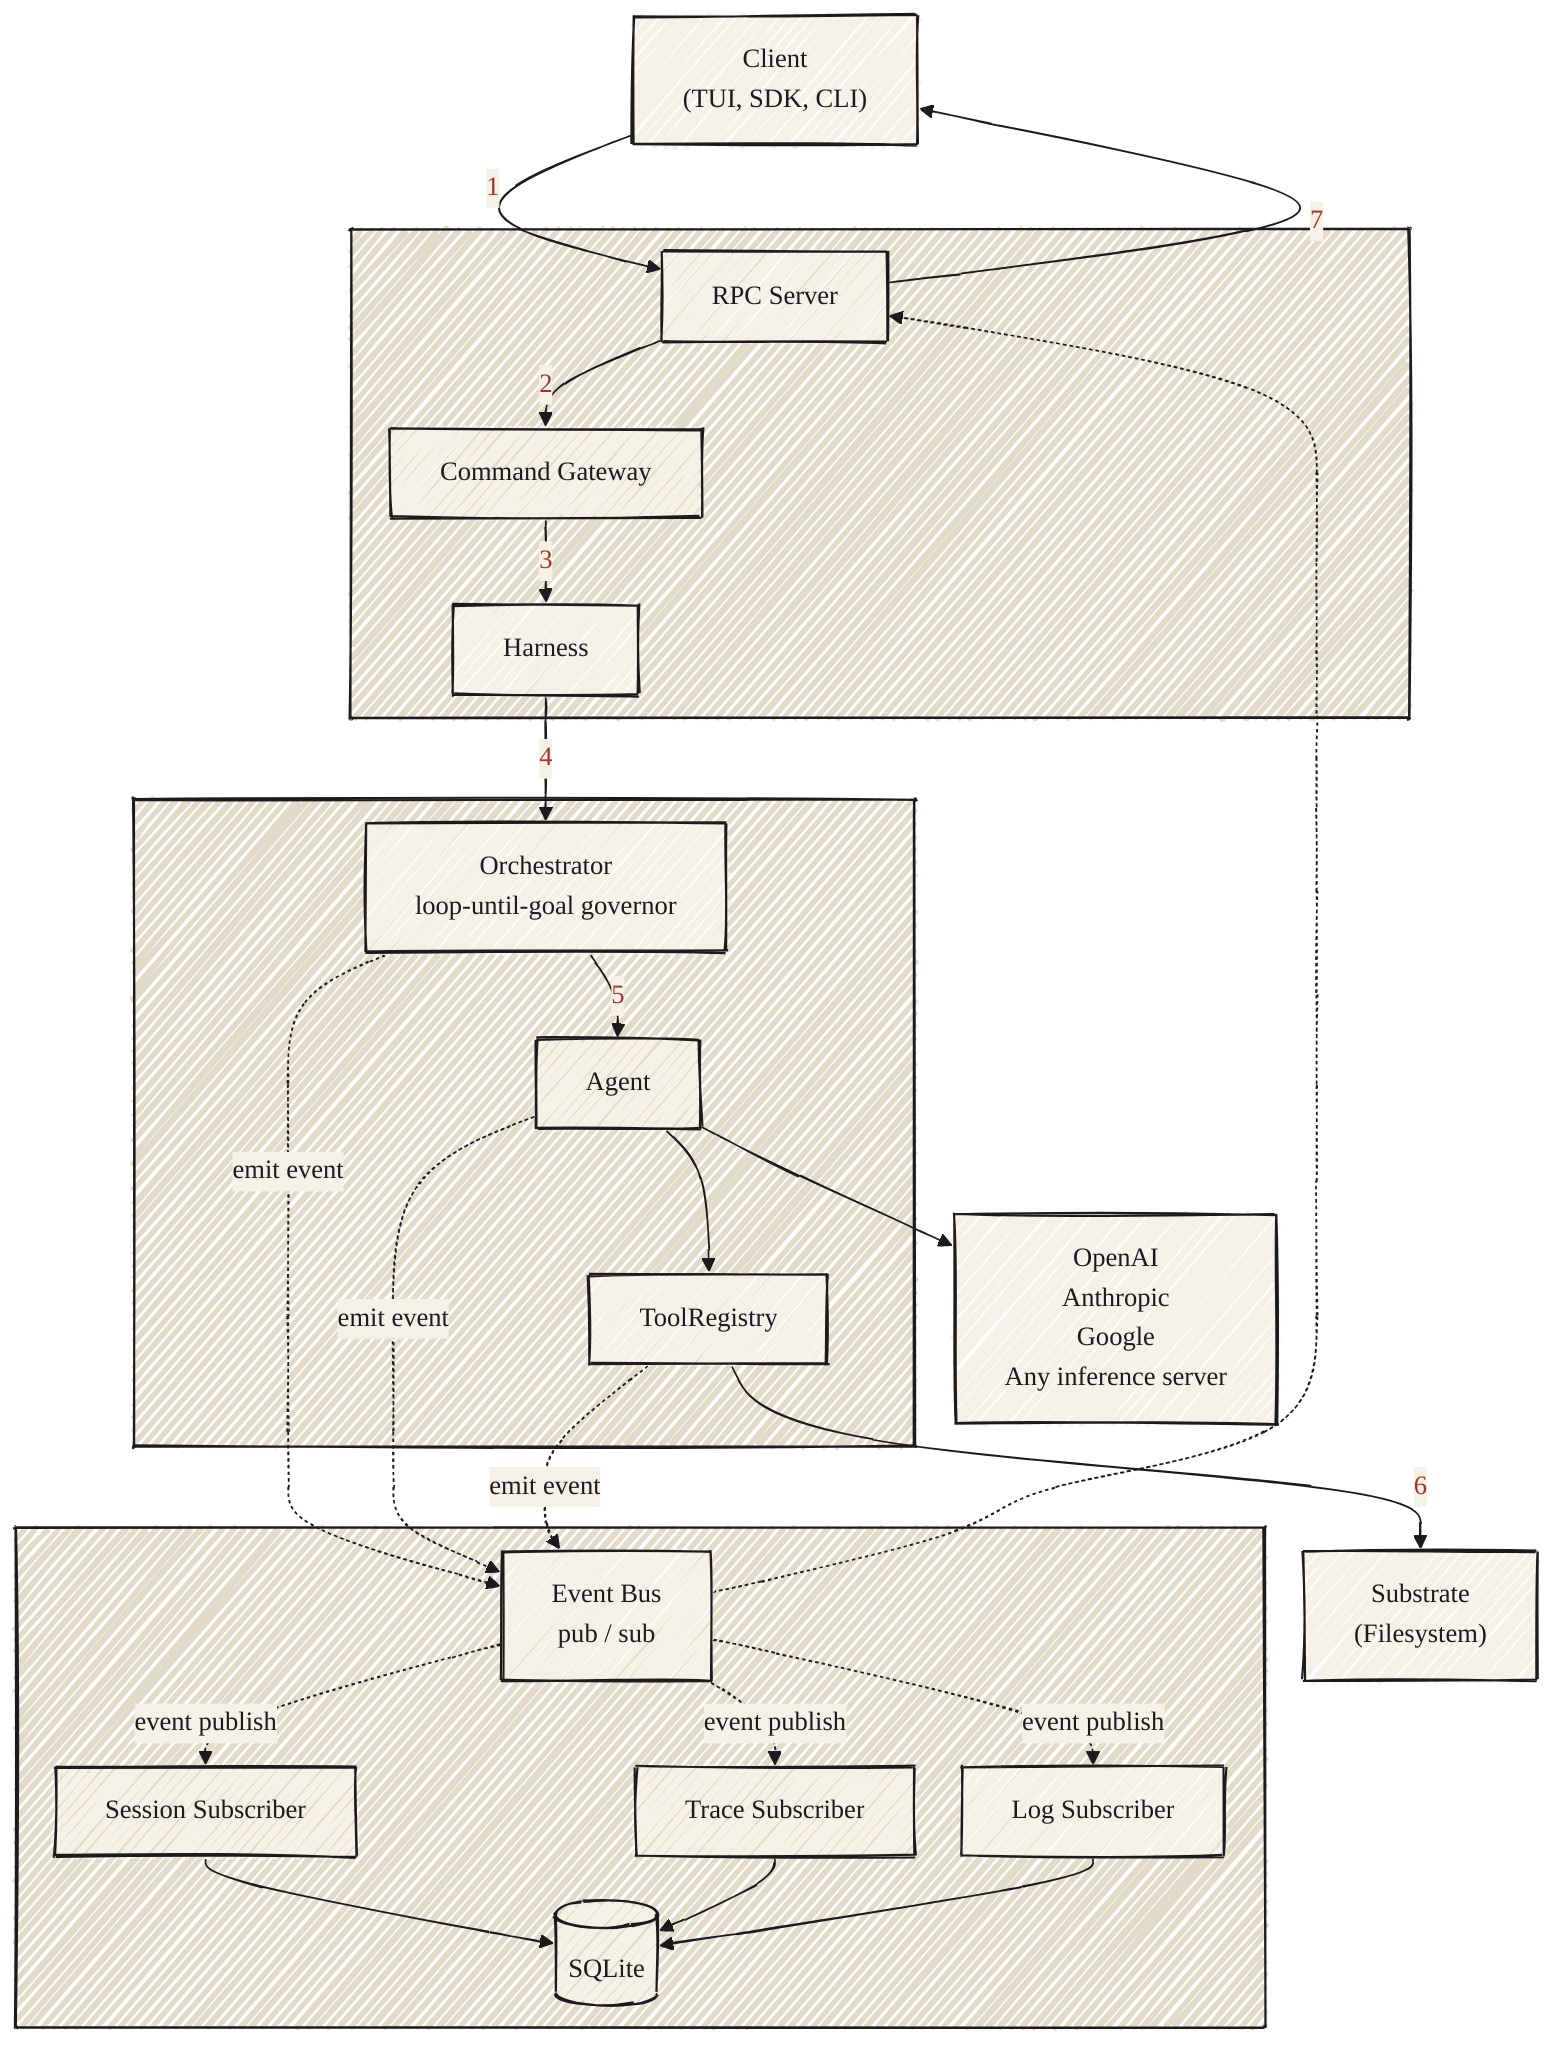
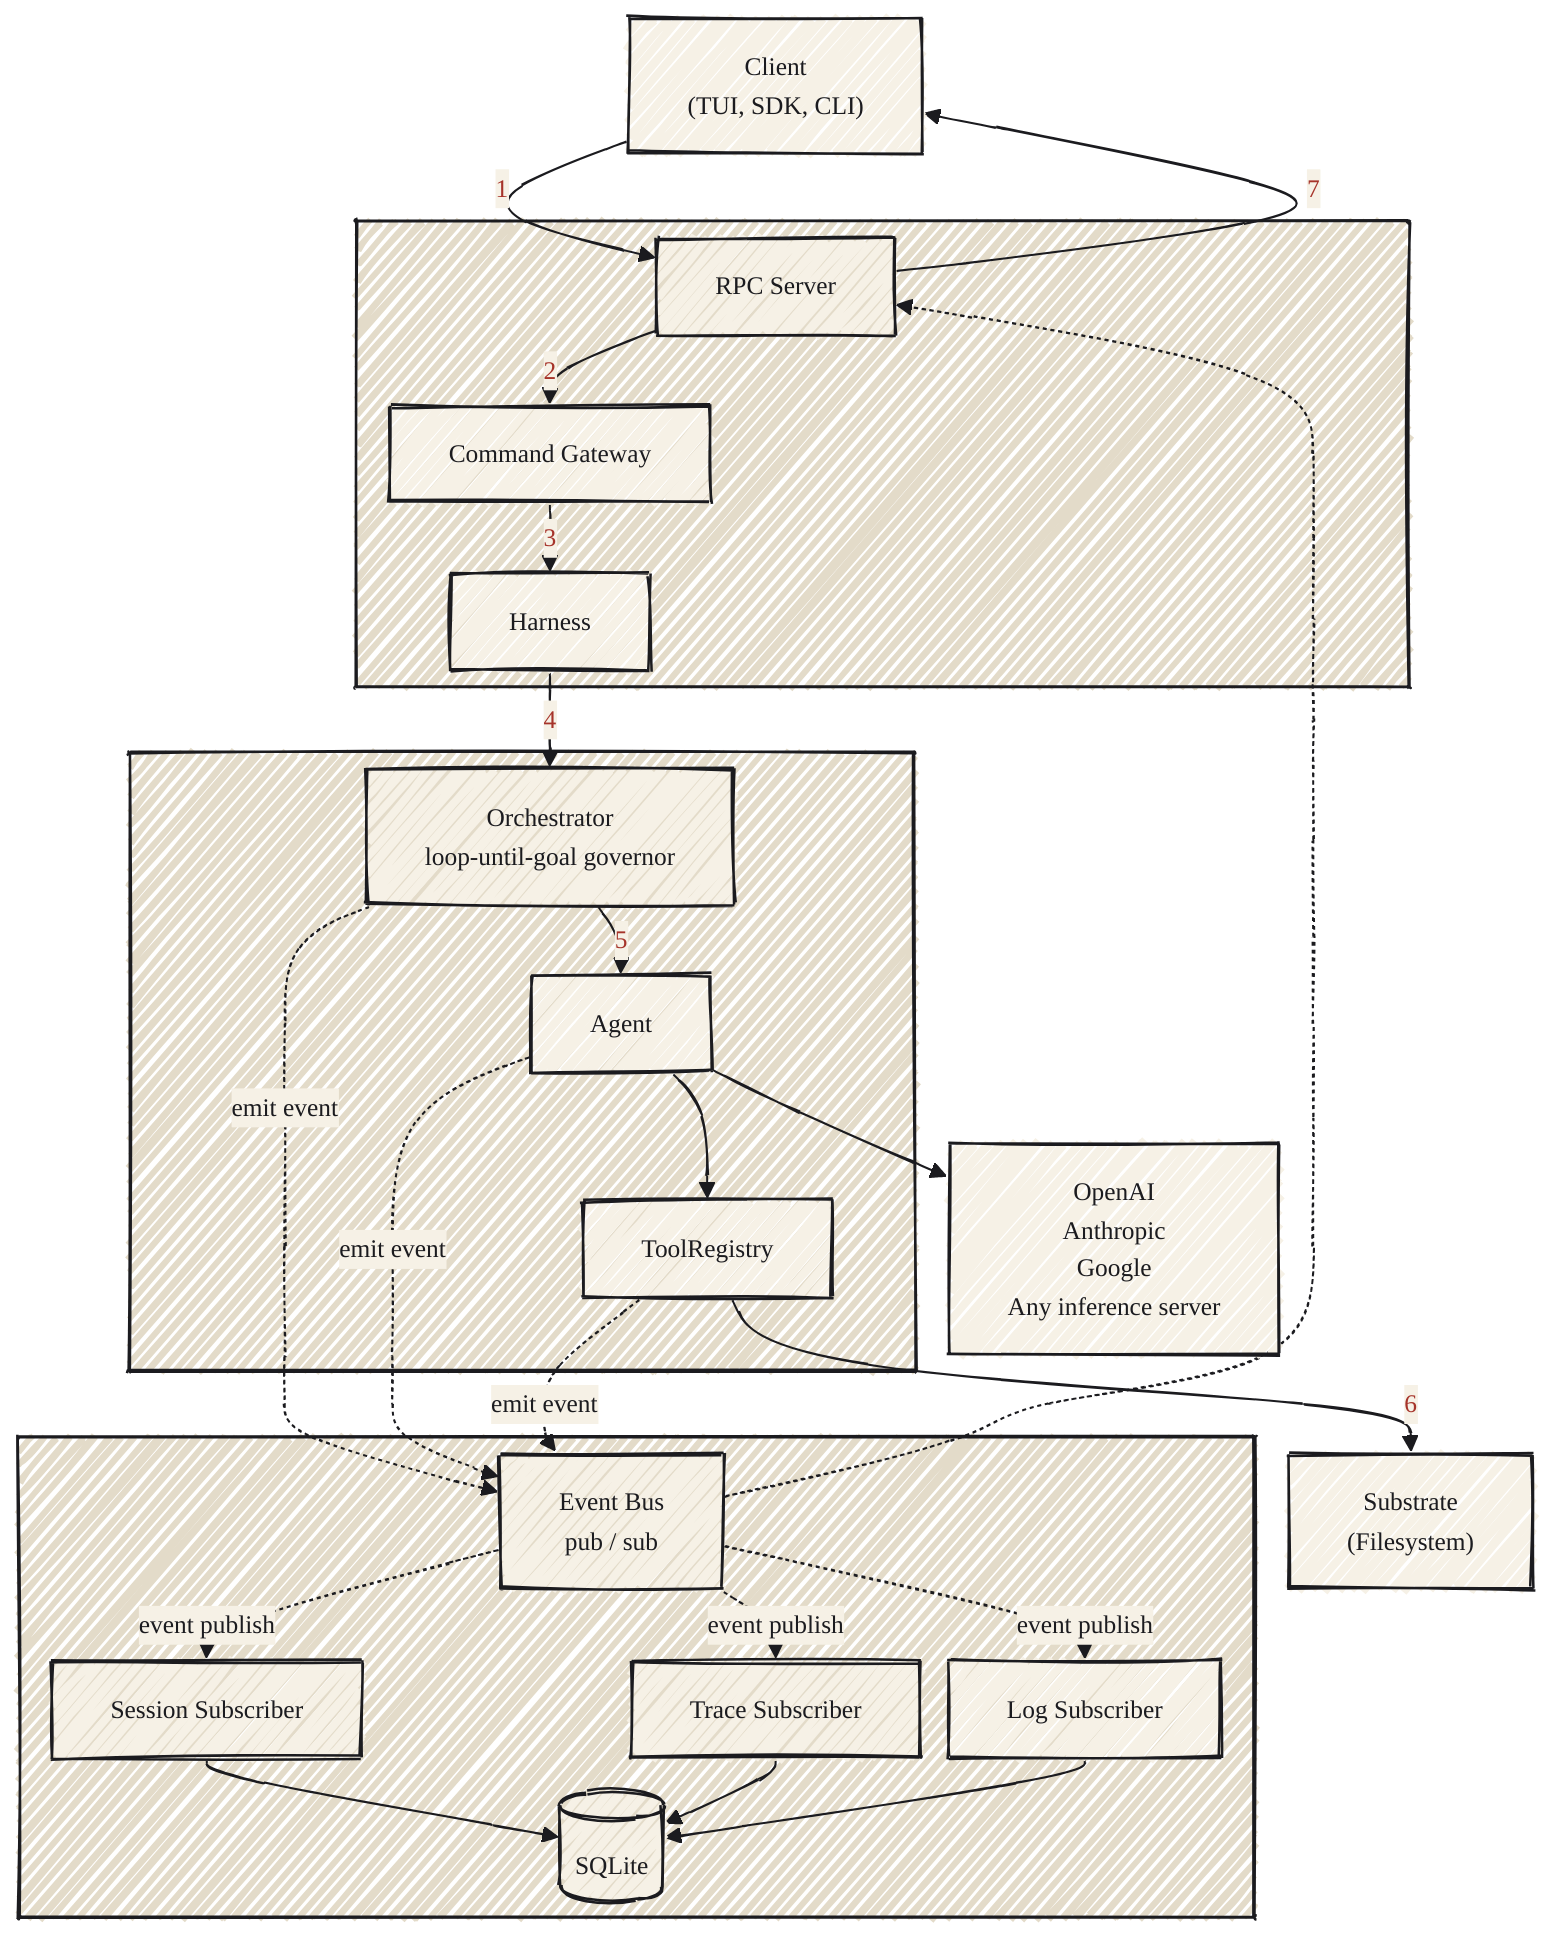
%%{init: {
  "look": "handDrawn",
  "theme": "base",
-   "flowchart": { "nodeSpacing": 25, "rankSpacing": 25 },
+   "flowchart": { "nodeSpacing": 12, "rankSpacing": 14 },
  "themeVariables": {
    "fontFamily": "Charter, Georgia, serif",
+     "fontSize": "13px",
    "primaryColor": "#F6F1E6",
    "primaryBorderColor": "#1B1B1F",
    "primaryTextColor": "#1B1B1F",
    "lineColor": "#1B1B1F",
    "textColor": "#1B1B1F",
    "clusterBkg": "#E3DBC9",
    "clusterBorder": "#1B1B1F",
    "edgeLabelBackground": "#F6F1E6"
  }
}}%%
flowchart TB
  client["Client<br/>(TUI, SDK, CLI)"]

  subgraph ingress[" "]
    rpc["RPC Server"]
    gateway["Command Gateway"]
    harness["Harness"]
  end

  subgraph loop[" "]
    orchestrator["Orchestrator<br/>loop-until-goal governor"]
    agent["Agent"]
    registry["ToolRegistry"]
  end

  subgraph events[" "]
    bus["Event Bus<br/>pub / sub"]
    session["Session Subscriber"]
    trace["Trace Subscriber"]
    log["Log Subscriber"]
    db[("SQLite")]
  end

  providers["OpenAI<br/>Anthropic<br/>Google<br/>Any inference server"]
  fs["Substrate<br/>(Filesystem)"]

  client -->|"1"| rpc
  rpc -->|"2"| gateway
  gateway -->|"3"| harness
  harness -->|"4"| orchestrator
  orchestrator -->|"5"| agent
  agent --> registry
  registry -->|"6"| fs
  agent --> providers
  rpc -->|"7"| client

  orchestrator -.->|"emit event"| bus
  agent -.->|"emit event"| bus
  registry -.->|"emit event"| bus
  bus -.->|"event publish"| session
  bus -.->|"event publish"| trace
  bus -.->|"event publish"| log
  bus -.-> rpc

  session --> db
  trace --> db
  log --> db

  linkStyle 0,1,2,3,4,6,8 color:#A6342B
